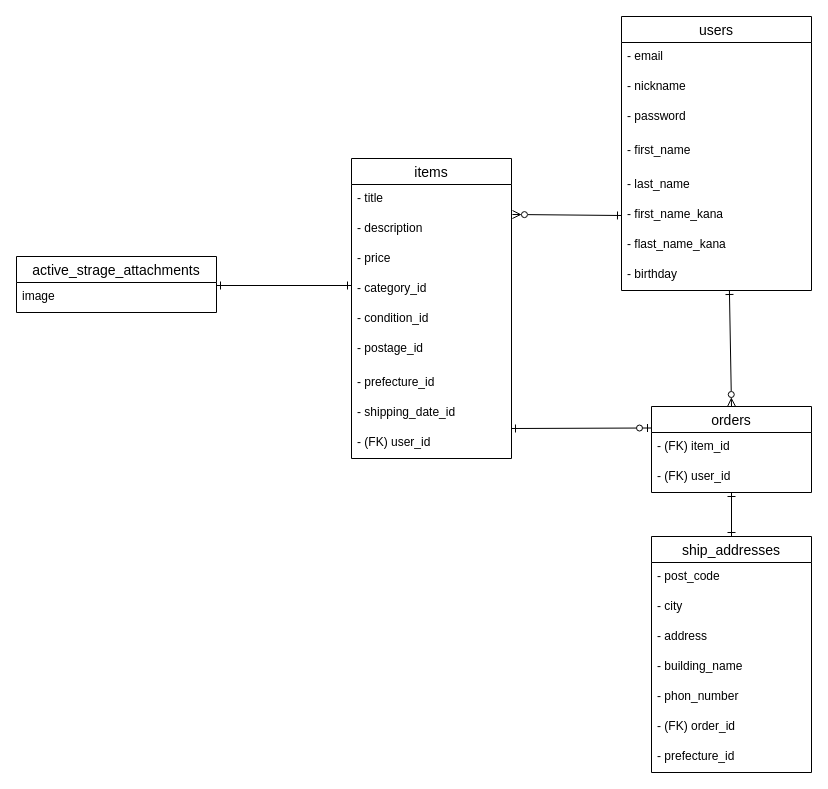
The draw.io diagram ERD.dio in gingin-s/furima-37445, before the edit. Source tidied: cells renumbered, new cells numbered last; positions are measured from the earlier drawing's top-left corner, leaving out a move shared by most shapes. Both pictures are drawn from the tidied source at 100%, with x=0, y=0 at pixel (16, 16).
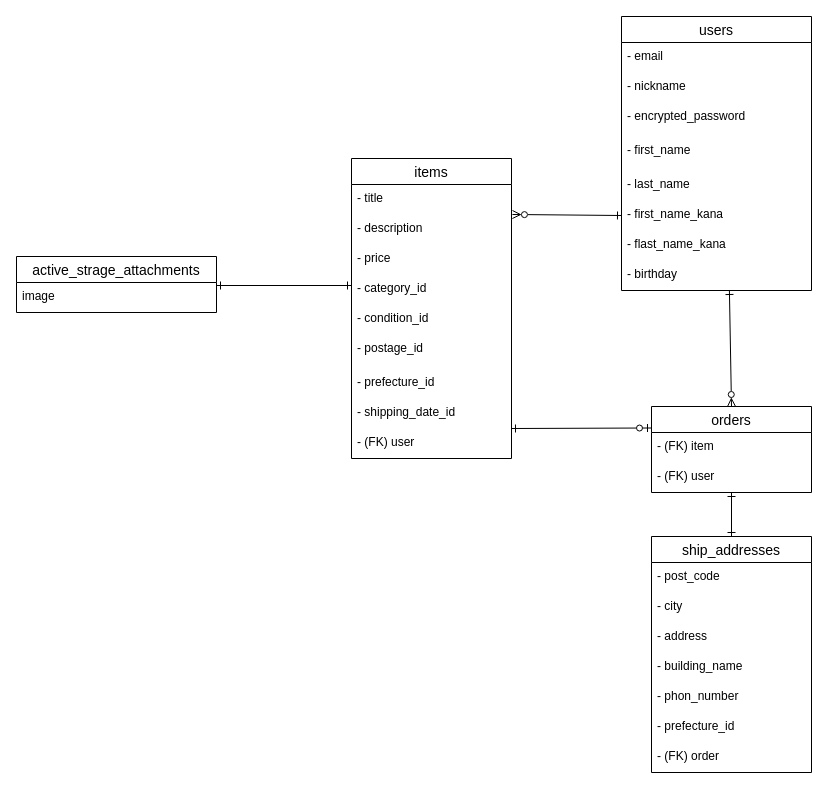
Above is the later version.

The change refers to these unchanged cells:
```xml
<mxCell id="3" value="users" style="swimlane;fontStyle=0;horizontal=1;startSize=26;align=center;fontSize=14;" parent="1" vertex="1">
  <mxGeometry x="605" width="190" height="274" as="geometry" />
</mxCell>
<mxCell id="12" value="items" style="swimlane;fontStyle=0;horizontal=1;startSize=26;align=center;fontSize=14;" parent="1" vertex="1">
  <mxGeometry x="335" y="142" width="160" height="300" as="geometry" />
</mxCell>
<mxCell id="23" value="orders" style="swimlane;fontStyle=0;horizontal=1;startSize=26;align=center;fontSize=14;" parent="1" vertex="1">
  <mxGeometry x="635" y="390" width="160" height="86" as="geometry" />
</mxCell>
<mxCell id="26" value="ship_addresses" style="swimlane;fontStyle=0;horizontal=1;startSize=26;align=center;fontSize=14;" parent="1" vertex="1">
  <mxGeometry x="635" y="520" width="160" height="236" as="geometry" />
</mxCell>
```

The edit, as a diff of the source:
```diff
@@
-    <mxCell id="6" value="- password" style="text;strokeColor=none;fillColor=none;spacingLeft=4;spacingRight=4;overflow=hidden;fontSize=12;verticalAlign=top;" parent="3" vertex="1">
+    <mxCell id="6" value="- encrypted_password" style="text;strokeColor=none;fillColor=none;spacingLeft=4;spacingRight=4;overflow=hidden;fontSize=12;verticalAlign=top;" parent="3" vertex="1">
       <mxGeometry y="86" width="190" height="34" as="geometry" />
     </mxCell>
@@
-    <mxCell id="21" value="- (FK) user_id" style="text;strokeColor=none;fillColor=none;spacingLeft=4;spacingRight=4;overflow=hidden;fontSize=12;" parent="12" vertex="1">
+    <mxCell id="21" value="- (FK) user" style="text;strokeColor=none;fillColor=none;spacingLeft=4;spacingRight=4;overflow=hidden;fontSize=12;" parent="12" vertex="1">
       <mxGeometry y="270" width="160" height="30" as="geometry" />
     </mxCell>
@@
-    <mxCell id="24" value="- (FK) item_id" style="text;strokeColor=none;fillColor=none;spacingLeft=4;spacingRight=4;overflow=hidden;fontSize=12;" parent="23" vertex="1">
+    <mxCell id="24" value="- (FK) item" style="text;strokeColor=none;fillColor=none;spacingLeft=4;spacingRight=4;overflow=hidden;fontSize=12;" parent="23" vertex="1">
       <mxGeometry y="26" width="160" height="30" as="geometry" />
     </mxCell>
-    <mxCell id="25" value="- (FK) user_id" style="text;strokeColor=none;fillColor=none;spacingLeft=4;spacingRight=4;overflow=hidden;fontSize=12;" parent="23" vertex="1">
+    <mxCell id="25" value="- (FK) user" style="text;strokeColor=none;fillColor=none;spacingLeft=4;spacingRight=4;overflow=hidden;fontSize=12;" parent="23" vertex="1">
       <mxGeometry y="56" width="160" height="30" as="geometry" />
     </mxCell>
@@
+    <mxCell id="33" value="- prefecture_id" style="text;strokeColor=none;fillColor=none;spacingLeft=4;spacingRight=4;overflow=hidden;fontSize=12;" parent="26" vertex="1">
+      <mxGeometry y="176" width="160" height="30" as="geometry" />
+    </mxCell>
-    <mxCell id="32" value="- (FK) order_id" style="text;strokeColor=none;fillColor=none;spacingLeft=4;spacingRight=4;overflow=hidden;fontSize=12;" parent="26" vertex="1">
-      <mxGeometry y="176" width="160" height="30" as="geometry" />
+    <mxCell id="32" value="- (FK) order" style="text;strokeColor=none;fillColor=none;spacingLeft=4;spacingRight=4;overflow=hidden;fontSize=12;" parent="26" vertex="1">
+      <mxGeometry y="206" width="160" height="30" as="geometry" />
     </mxCell>
-    <mxCell id="33" value="- prefecture_id" style="text;strokeColor=none;fillColor=none;spacingLeft=4;spacingRight=4;overflow=hidden;fontSize=12;" parent="26" vertex="1">
-      <mxGeometry y="206" width="160" height="30" as="geometry" />
-    </mxCell>
```
